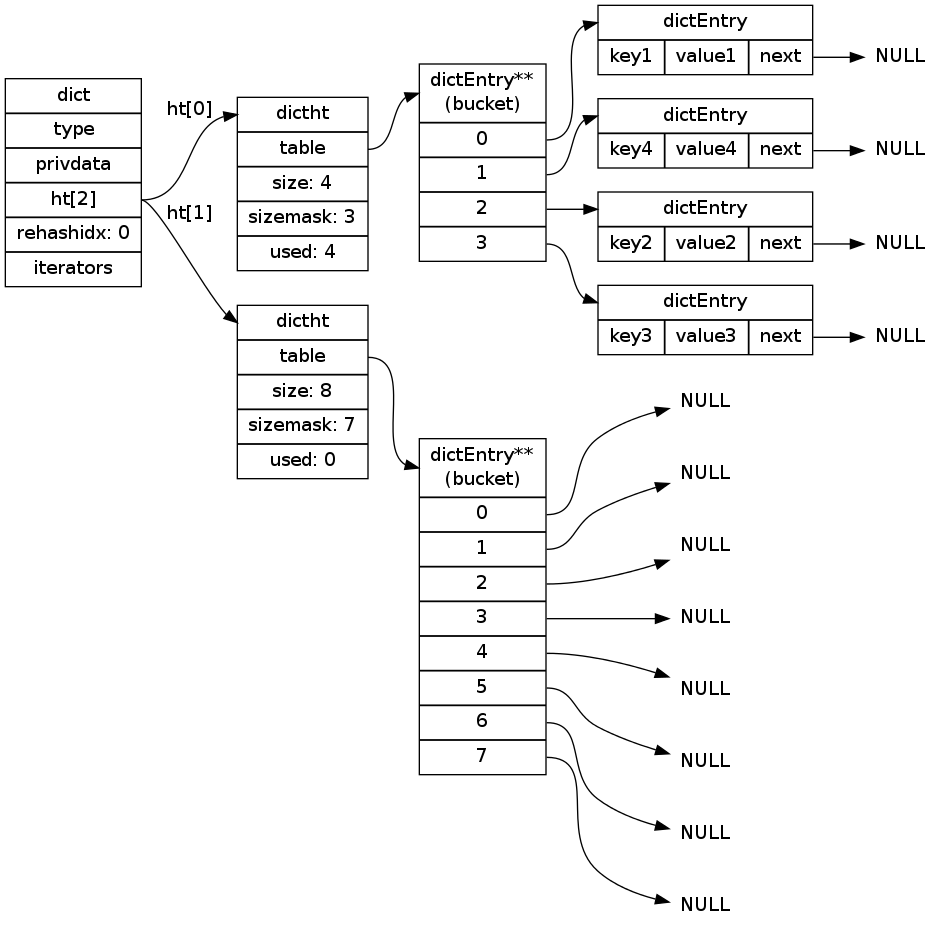
Above: internal-datastruct/image/rehash_step_one.png in huangzworks/redisbook (Graphviz), before the change. Its source is kept beside it as internal-datastruct/image/rehash_step_one.dot.
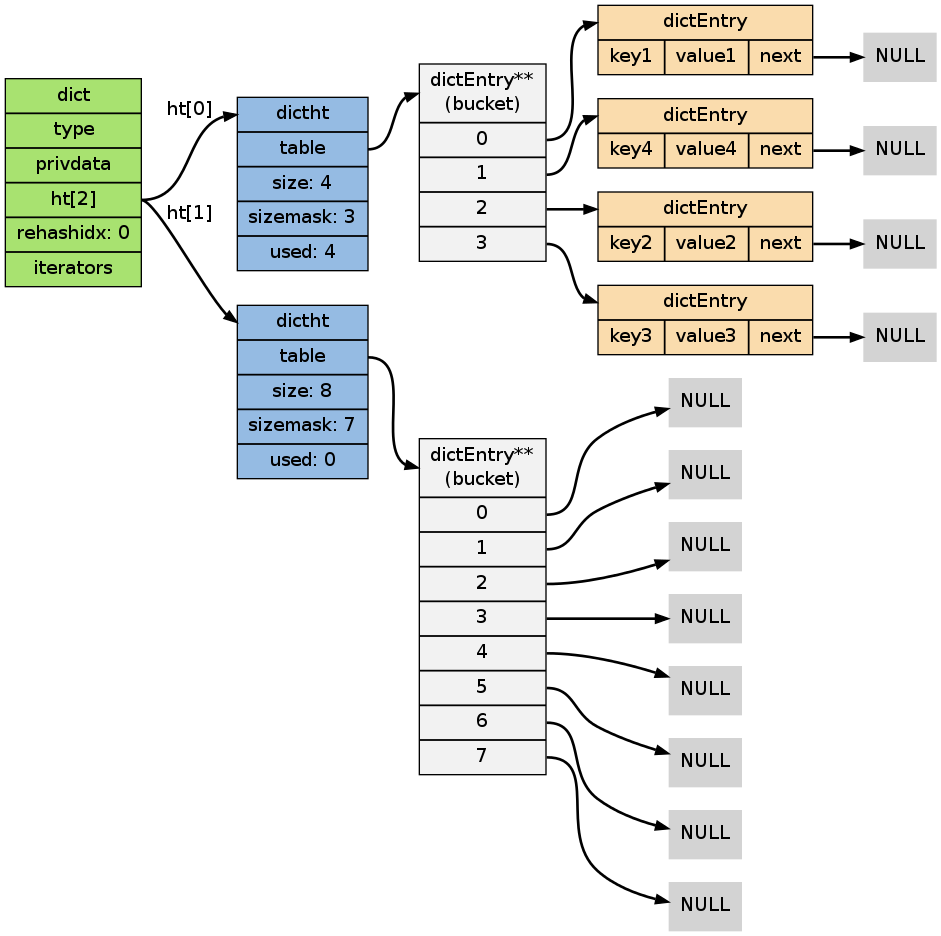
After the commit.

The edit, as a diff of the source:
```diff
@@ -3,26 +3,28 @@
 
     rankdir = LR;
 
-    node[shape=record];
+    node[shape=record, style = filled];
+
+    edge [style = bold];
 
 
-    dict [label="dict | type | privdata |<ht> ht[2] | rehashidx: 0 | iterators"];
+    dict [label="dict | type | privdata |<ht> ht[2] | rehashidx: 0 | iterators", fillcolor = "#A8E270"];
 
-    ht0 [label="<dictht>dictht |<table> table | size: 4 | sizemask: 3 | used: 4"];
+    ht0 [label="<dictht>dictht |<table> table | size: 4 | sizemask: 3 | used: 4", fillcolor = "#95BBE3"];
 
-    ht1 [label="<dictht>dictht |<table> table | size: 8 | sizemask: 7 | used: 0"];
+    ht1 [label="<dictht>dictht |<table> table | size: 8 | sizemask: 7 | used: 0", fillcolor = "#95BBE3"];
 
-    bucket [label="<head>dictEntry**\n(bucket) |<table0> 0 |<table1> 1 |<table2> 2 |<table3> 3 "];
+    bucket [label="<head>dictEntry**\n(bucket) |<table0> 0 |<table1> 1 |<table2> 2 |<table3> 3 ", fillcolor = "#F2F2F2"];
 
-    bucket1 [label="<head>dictEntry**\n(bucket) |<table0> 0 |<table1> 1 |<table2> 2 |<table3> 3 |<table4> 4 |<table5> 5 |<table6> 6 |<table7> 7"];
+    bucket1 [label="<head>dictEntry**\n(bucket) |<table0> 0 |<table1> 1 |<table2> 2 |<table3> 3 |<table4> 4 |<table5> 5 |<table6> 6 |<table7> 7", fillcolor = "#F2F2F2"];
 
-    pair_1 [label="<head>dictEntry |{key1 | value1 |<next>next}"];
+    pair_1 [label="<head>dictEntry |{key1 | value1 |<next>next}", fillcolor = "#FADCAD"];
 
-    pair_2 [label="<head>dictEntry |{key2 | value2 |<next>next}"];
+    pair_2 [label="<head>dictEntry |{key2 | value2 |<next>next}", fillcolor = "#FADCAD"];
 
-    pair_3 [label="<head>dictEntry |{key3 | value3 |<next>next}"];
+    pair_3 [label="<head>dictEntry |{key3 | value3 |<next>next}", fillcolor = "#FADCAD"];
 
-    pair_4 [label="<head>dictEntry |{key4 | value4 |<next>next}"];
+    pair_4 [label="<head>dictEntry |{key4 | value4 |<next>next}", fillcolor = "#FADCAD"];
 
     null0 [label="NULL", shape=plaintext];
     null1 [label="NULL", shape=plaintext];
```
